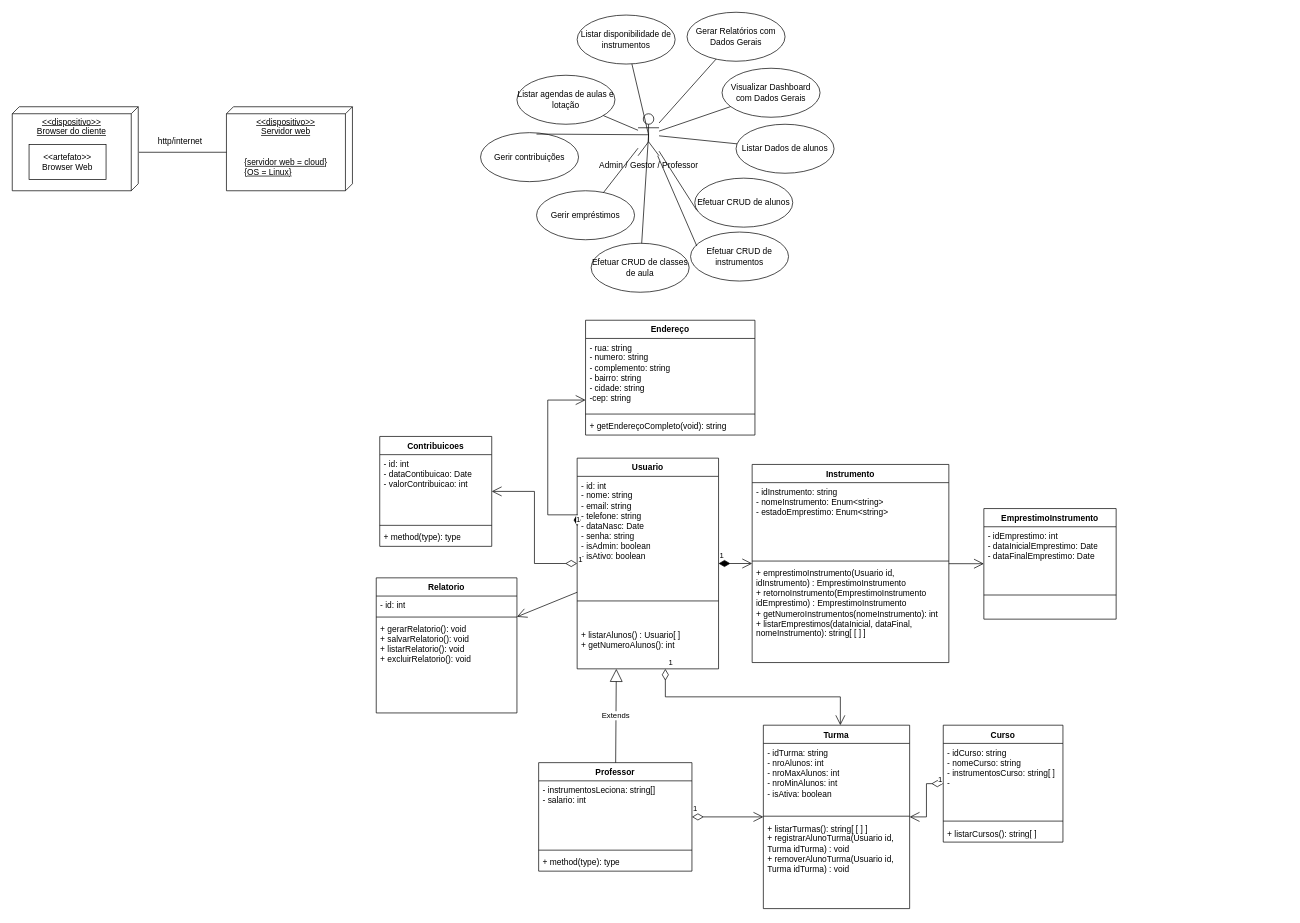
This is Documentacao/Projeto_04-Diagrama de Caso de Uso - R02.drawio from Allandpn/PUC-Eixo04, a draw.io file, before an edit. Source tidied: cells renumbered, new cells numbered last; positions are measured from the earlier drawing's top-left corner, leaving out a move shared by most shapes. Both pictures are drawn from the tidied source at 70%, with x=0, y=0 at pixel (12, 12).
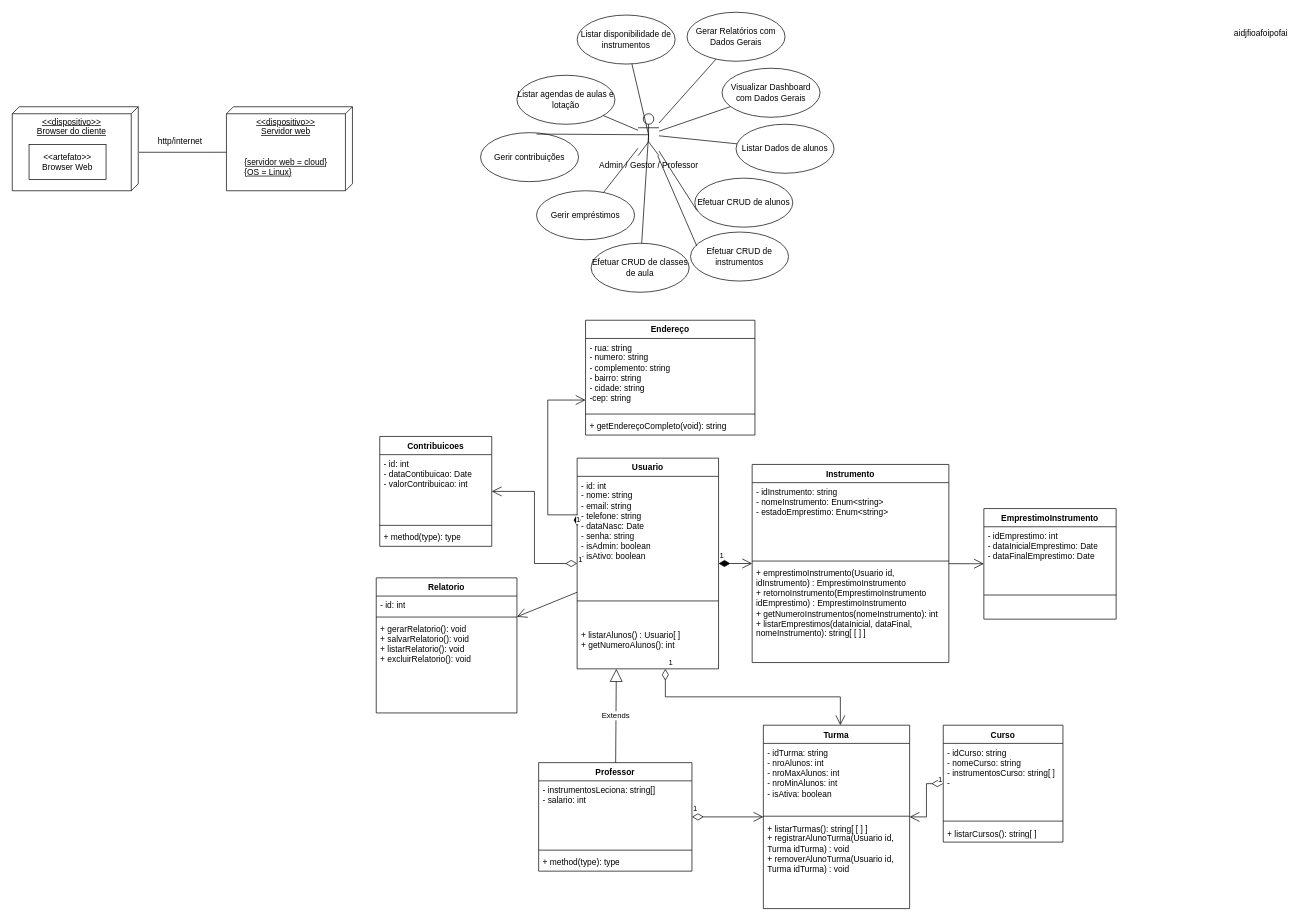
After the change.

Diff of the diagram source:
```diff
@@
+    <mxCell id="72" value="aidjfioafoipofai" style="text;html=1;strokeColor=none;fillColor=none;align=center;verticalAlign=middle;whiteSpace=wrap;rounded=0;" parent="1" vertex="1">
+      <mxGeometry x="1754" y="16" width="60" height="30" as="geometry" />
+    </mxCell>
```
